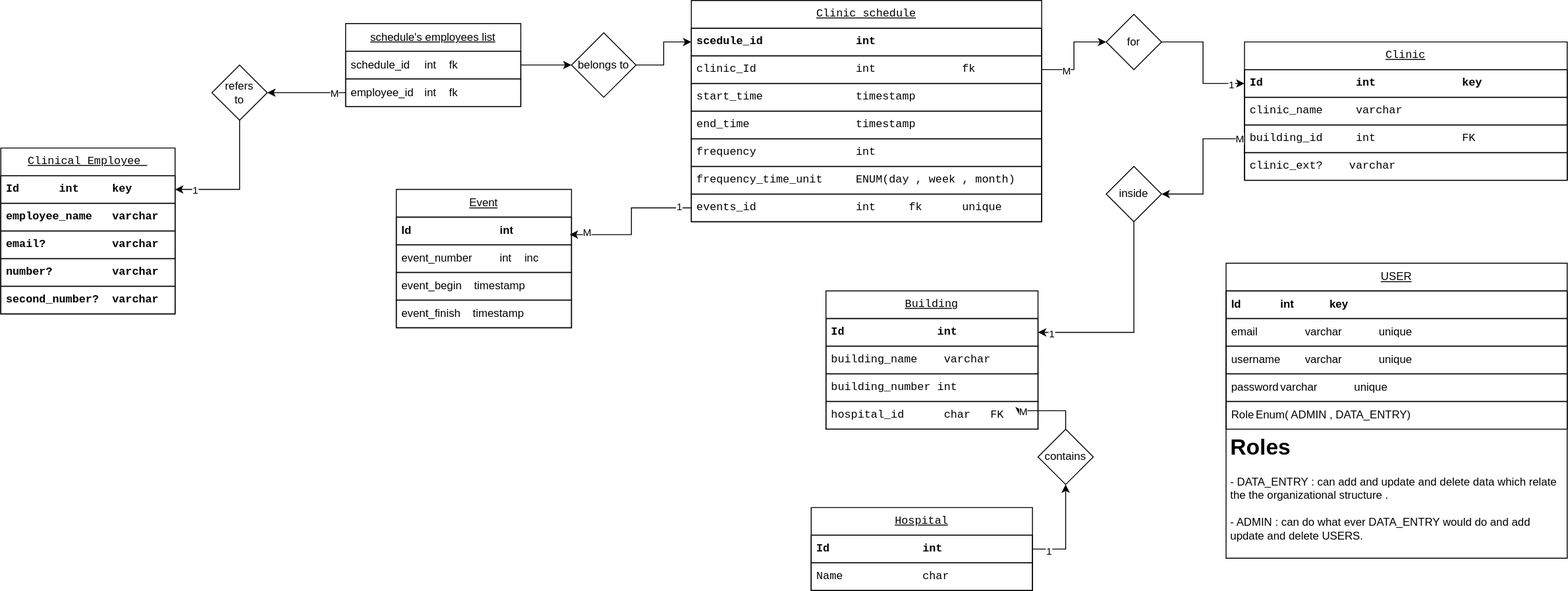
Above: etc/imgs/database.drawio.svg in Abdullah-Khawahir/clinics-schedules (draw.io), before the change. Source tidied: cells renumbered, new cells last; positions are measured from the earlier drawing's top-left corner, leaving out a move shared by most shapes.
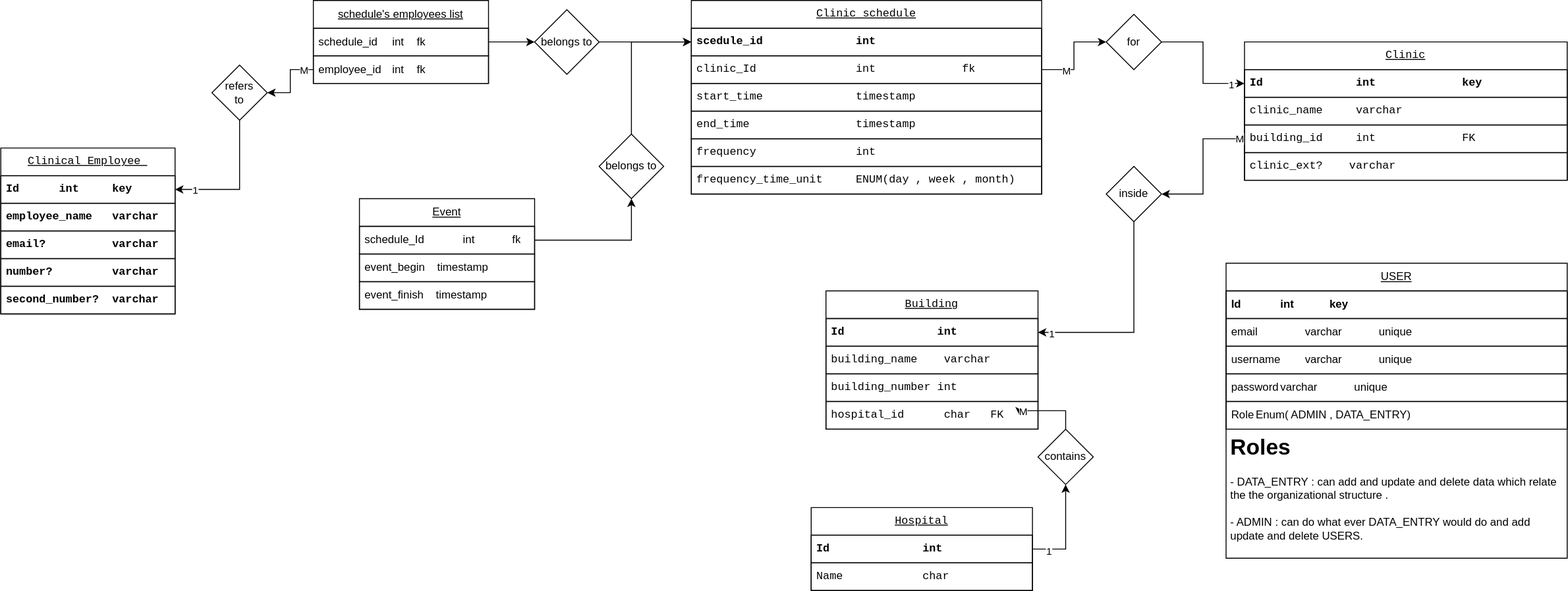
The same diagram one commit later.

Change to the diagram source:
```diff
@@ -60,7 +60,7 @@
       <mxGeometry y="150" width="189" height="30" as="geometry" />
     </mxCell>
     <mxCell id="21" value="Clinic schedule" style="swimlane;fontStyle=4;horizontal=1;startSize=30;whiteSpace=wrap;html=1;fontFamily=monospace;" parent="1" vertex="1">
-      <mxGeometry x="749" width="380" height="240" as="geometry" />
+      <mxGeometry x="749" width="380" height="210" as="geometry" />
     </mxCell>
     <mxCell id="22" value="scedule_id&lt;span style=&quot;white-space: pre;&quot;&gt;&#9;&lt;/span&gt;&lt;span style=&quot;white-space: pre;&quot;&gt;&#9;&lt;/span&gt;int&lt;span style=&quot;white-space: pre;&quot;&gt;&#9;&lt;/span&gt;&lt;span style=&quot;white-space: pre;&quot;&gt;&#9;&lt;/span&gt;" style="text;strokeColor=default;fillColor=none;align=left;verticalAlign=middle;spacingLeft=4;spacingRight=4;overflow=hidden;points=[[0,0.5],[1,0.5]];portConstraint=eastwest;whiteSpace=wrap;html=1;fontStyle=1;labelBorderColor=none;labelBackgroundColor=none;horizontal=1;spacingTop=0;fontFamily=monospace;" parent="21" vertex="1">
       <mxGeometry y="30" width="380" height="30" as="geometry" />
@@ -80,9 +80,6 @@
     <mxCell id="27" value="&lt;span style=&quot;white-space: pre;&quot;&gt;frequency_time_unit&#9;&lt;/span&gt;ENUM(day , week , month)" style="text;strokeColor=default;fillColor=none;align=left;verticalAlign=middle;spacingLeft=4;spacingRight=4;overflow=hidden;whiteSpace=wrap;html=1;fontFamily=monospace;" parent="21" vertex="1">
       <mxGeometry y="180" width="380" height="30" as="geometry" />
     </mxCell>
-    <mxCell id="28" value="events_id&lt;span style=&quot;white-space: pre;&quot;&gt;&#9;&lt;span style=&quot;white-space: pre;&quot;&gt;&#9;&lt;/span&gt;&lt;/span&gt;&lt;span style=&quot;white-space: pre;&quot;&gt;&lt;code&gt;int&lt;span style=&quot;white-space: pre;&quot;&gt;&#9;&lt;/span&gt;fk&lt;/code&gt;&lt;/span&gt;&lt;span style=&quot;white-space: pre;&quot;&gt;&#9;&lt;/span&gt;unique" style="text;strokeColor=default;fillColor=none;align=left;verticalAlign=middle;spacingLeft=4;spacingRight=4;overflow=hidden;points=[[0,0.5],[1,0.5]];portConstraint=eastwest;whiteSpace=wrap;html=1;fontFamily=monospace;" parent="21" vertex="1">
-      <mxGeometry y="210" width="380" height="30" as="geometry" />
-    </mxCell>
     <mxCell id="29" style="edgeStyle=orthogonalEdgeStyle;rounded=0;jettySize=auto;html=1;" parent="1" edge="1" source="40" target="9">
       <mxGeometry relative="1" as="geometry" />
     </mxCell>
@@ -163,7 +160,7 @@
       </mxGeometry>
     </mxCell>
     <mxCell id="54" value="schedule's employees list" style="swimlane;fontStyle=4;horizontal=1;startSize=30;whiteSpace=wrap;html=1;" parent="1" vertex="1">
-      <mxGeometry x="374" y="25" width="190" height="90" as="geometry" />
+      <mxGeometry x="339" width="190" height="90" as="geometry" />
     </mxCell>
     <mxCell id="55" value="schedule_id&lt;span style=&quot;white-space: pre;&quot;&gt;&#9;&lt;/span&gt;int&lt;span style=&quot;white-space: pre;&quot;&gt;&#9;&lt;/span&gt;fk" style="text;strokeColor=default;fillColor=none;align=left;verticalAlign=middle;spacingLeft=4;spacingRight=4;overflow=hidden;points=[[0,0.5],[1,0.5]];portConstraint=eastwest;whiteSpace=wrap;html=1;fontStyle=0;labelBorderColor=none;labelBackgroundColor=none;horizontal=1;spacingTop=0;" parent="54" vertex="1">
       <mxGeometry y="30" width="190" height="30" as="geometry" />
@@ -189,29 +186,17 @@
       <mxGeometry x="229" y="70" width="60" height="60" as="geometry" />
     </mxCell>
     <mxCell id="62" value="Event" style="swimlane;fontStyle=4;horizontal=1;startSize=30;whiteSpace=wrap;html=1;" parent="1" vertex="1">
-      <mxGeometry x="429" y="205" width="190" height="150" as="geometry" />
+      <mxGeometry x="389" y="215" width="190" height="120" as="geometry" />
     </mxCell>
-    <mxCell id="63" value="&lt;div&gt;Id&lt;span style=&quot;white-space: pre;&quot;&gt;&#9;&lt;/span&gt;&lt;span style=&quot;white-space: pre;&quot;&gt;&#9;&lt;span style=&quot;white-space: pre;&quot;&gt;&#9;&lt;/span&gt;&lt;span style=&quot;white-space: pre;&quot;&gt;&#9;&lt;/span&gt;&lt;/span&gt;int&lt;/div&gt;" style="text;strokeColor=default;fillColor=none;align=left;verticalAlign=middle;spacingLeft=4;spacingRight=4;overflow=hidden;points=[[0,0.5],[1,0.5]];portConstraint=eastwest;whiteSpace=wrap;html=1;fontStyle=1;labelBorderColor=none;labelBackgroundColor=none;horizontal=1;spacingTop=0;" parent="62" vertex="1">
+    <mxCell id="63" value="schedule_Id&lt;span style=&quot;white-space: pre;&quot;&gt;&#9;&lt;/span&gt;&lt;span style=&quot;white-space: pre;&quot;&gt;&#9;&lt;/span&gt;int&lt;span style=&quot;white-space: pre;&quot;&gt;&#9;&lt;/span&gt;&lt;span style=&quot;white-space: pre;&quot;&gt;&#9;&lt;/span&gt;fk" style="text;strokeColor=default;fillColor=none;align=left;verticalAlign=middle;spacingLeft=4;spacingRight=4;overflow=hidden;points=[[0,0.5],[1,0.5]];portConstraint=eastwest;whiteSpace=wrap;html=1;fontStyle=0;labelBorderColor=none;labelBackgroundColor=none;horizontal=1;spacingTop=0;" parent="62" vertex="1">
       <mxGeometry y="30" width="190" height="30" as="geometry" />
     </mxCell>
-    <mxCell id="64" value="&lt;div&gt;&lt;span style=&quot;white-space: pre;&quot;&gt;event_number&#9;&lt;span style=&quot;white-space: pre;&quot;&gt;&#9;&lt;/span&gt;&lt;/span&gt;int&lt;span style=&quot;white-space: pre;&quot;&gt;&#9;inc&lt;/span&gt;&lt;/div&gt;" style="text;strokeColor=default;fillColor=none;align=left;verticalAlign=middle;spacingLeft=4;spacingRight=4;overflow=hidden;whiteSpace=wrap;html=1;fontStyle=0;labelBorderColor=none;labelBackgroundColor=none;horizontal=1;spacingTop=0;" parent="62" vertex="1">
-      <mxGeometry y="60" width="190" height="30" as="geometry" />
-    </mxCell>
     <mxCell id="65" value="event_begin&lt;span style=&quot;&quot;&gt;&lt;span style=&quot;white-space: pre;&quot;&gt;&amp;nbsp;&amp;nbsp;&amp;nbsp;&amp;nbsp;&lt;/span&gt;&lt;/span&gt;timestamp" style="text;strokeColor=default;fillColor=none;align=left;verticalAlign=middle;spacingLeft=4;spacingRight=4;overflow=hidden;whiteSpace=wrap;html=1;" parent="62" vertex="1">
-      <mxGeometry y="90" width="190" height="30" as="geometry" />
+      <mxGeometry y="60" width="190" height="30" as="geometry" />
     </mxCell>
     <mxCell id="66" value="event_finish&lt;span style=&quot;&quot;&gt;&lt;span style=&quot;white-space: pre;&quot;&gt;&amp;nbsp;&amp;nbsp;&amp;nbsp;&amp;nbsp;&lt;/span&gt;&lt;/span&gt;timestamp" style="text;strokeColor=default;fillColor=none;align=left;verticalAlign=middle;spacingLeft=4;spacingRight=4;overflow=hidden;whiteSpace=wrap;html=1;" parent="62" vertex="1">
-      <mxGeometry y="120" width="190" height="30" as="geometry" />
+      <mxGeometry y="90" width="190" height="30" as="geometry" />
     </mxCell>
-    <mxCell id="67" style="edgeStyle=orthogonalEdgeStyle;rounded=0;jettySize=auto;html=1;entryX=0.99;entryY=0.632;entryDx=0;entryDy=0;entryPerimeter=0;" parent="1" edge="1" source="28" target="63">
-      <mxGeometry relative="1" as="geometry" />
-    </mxCell>
-    <mxCell id="68" value="1" style="edgeLabel;html=1;align=center;verticalAlign=middle;" parent="67" vertex="1">
-      <mxGeometry x="-0.83" y="-2" relative="1" as="geometry" />
-    </mxCell>
-    <mxCell id="69" value="M" style="edgeLabel;html=1;align=center;verticalAlign=middle;" parent="67" vertex="1">
-      <mxGeometry x="0.78" y="-2" relative="1" as="geometry" />
-    </mxCell>
     <mxCell id="70" style="edgeStyle=orthogonalEdgeStyle;rounded=0;jettySize=auto;html=1;" parent="1" edge="1" source="72" target="22">
       <mxGeometry relative="1" as="geometry" />
     </mxCell>
@@ -219,7 +204,16 @@
       <mxGeometry relative="1" as="geometry" />
     </mxCell>
     <mxCell id="72" value="belongs to" style="rhombus;whiteSpace=wrap;html=1;" parent="1" vertex="1">
-      <mxGeometry x="619" y="35" width="70" height="70" as="geometry" />
+      <mxGeometry x="579" y="10" width="70" height="70" as="geometry" />
     </mxCell>
+    <mxCell id="73" style="edgeStyle=orthogonalEdgeStyle;rounded=0;jettySize=auto;html=1;" parent="1" edge="1" source="75" target="22">
+      <mxGeometry relative="1" as="geometry" />
+    </mxCell>
+    <mxCell id="74" style="edgeStyle=orthogonalEdgeStyle;rounded=0;jettySize=auto;html=1;" parent="1" edge="1" source="63" target="75">
+      <mxGeometry relative="1" as="geometry" />
+    </mxCell>
+    <mxCell id="75" value="belongs to" style="rhombus;whiteSpace=wrap;html=1;" parent="1" vertex="1">
+      <mxGeometry x="649" y="145" width="70" height="70" as="geometry" />
+    </mxCell>
   </root>
 </mxGraphModel>
```
